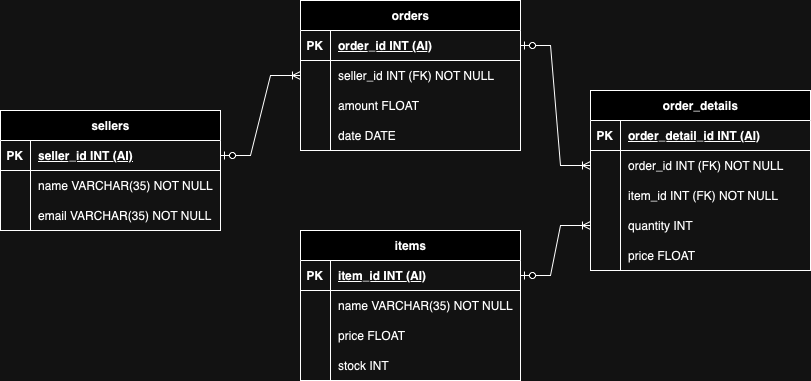
Earlier version of the draw.io export ERD.png (suryasaputra2016/YourFirstSite). Source tidied: cells renumbered, new cells last; positions are measured from the earlier drawing's top-left corner, leaving out a move shared by most shapes.
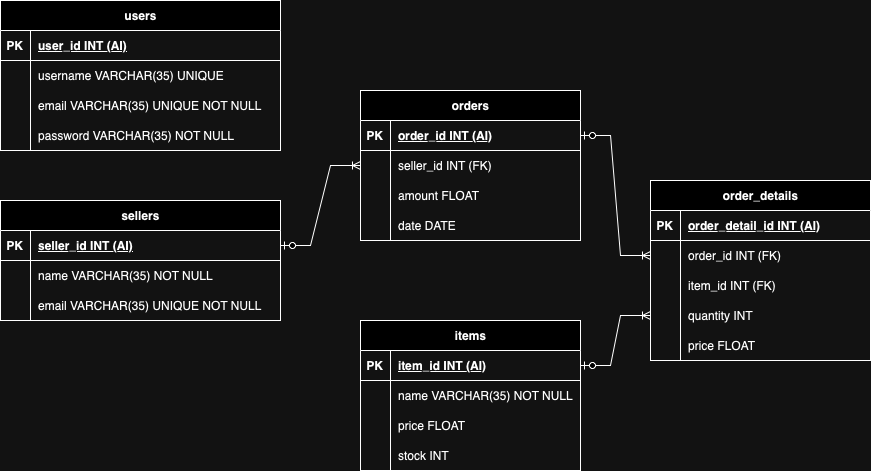
The same diagram one commit later.

What changed in the source:
```diff
@@ -3,34 +3,34 @@
     <mxCell id="0" />
     <mxCell id="1" parent="0" />
     <mxCell id="2" value="sellers" style="shape=table;startSize=30;rowLines=0;fontStyle=1;align=center;html=1;" parent="1" vertex="1">
-      <mxGeometry y="110" width="220" height="120" as="geometry" />
+      <mxGeometry x="-60" y="110" width="280" height="120" as="geometry" />
     </mxCell>
     <mxCell id="3" style="shape=tableRow;horizontal=0;startSize=0;swimlaneHead=0;swimlaneBody=0;fillColor=none;points=[[0,0.5],[1,0.5]];portConstraint=eastwest;top=0;left=0;right=0;bottom=1;" parent="2" vertex="1">
-      <mxGeometry y="30" width="220" height="30" as="geometry" />
+      <mxGeometry y="30" width="280" height="30" as="geometry" />
     </mxCell>
     <mxCell id="4" value="PK" style="shape=partialRectangle;fillColor=none;top=0;left=0;bottom=0;right=0;fontStyle=1;overflow=hidden;whiteSpace=wrap;html=1;" parent="3" vertex="1">
       <mxGeometry width="30" height="30" as="geometry" />
     </mxCell>
     <mxCell id="5" value="seller_id INT (AI)" style="shape=partialRectangle;fillColor=none;top=0;left=0;bottom=0;right=0;align=left;spacingLeft=6;fontStyle=5;overflow=hidden;whiteSpace=wrap;html=1;" parent="3" vertex="1">
-      <mxGeometry x="30" width="190" height="30" as="geometry" />
+      <mxGeometry x="30" width="250" height="30" as="geometry" />
     </mxCell>
     <mxCell id="6" style="shape=tableRow;horizontal=0;startSize=0;swimlaneHead=0;swimlaneBody=0;fillColor=none;top=0;left=0;right=0;bottom=0;" parent="2" vertex="1">
-      <mxGeometry y="60" width="220" height="30" as="geometry" />
+      <mxGeometry y="60" width="280" height="30" as="geometry" />
     </mxCell>
     <mxCell id="7" style="shape=partialRectangle;fillColor=none;top=0;left=0;bottom=0;right=0;overflow=hidden;whiteSpace=wrap;html=1;" parent="6" vertex="1">
       <mxGeometry width="30" height="30" as="geometry" />
     </mxCell>
     <mxCell id="8" value="name VARCHAR(35) NOT NULL" style="shape=partialRectangle;fillColor=none;top=0;left=0;bottom=0;right=0;align=left;spacingLeft=6;overflow=hidden;whiteSpace=wrap;html=1;" parent="6" vertex="1">
-      <mxGeometry x="30" width="190" height="30" as="geometry" />
+      <mxGeometry x="30" width="250" height="30" as="geometry" />
     </mxCell>
     <mxCell id="9" style="shape=tableRow;horizontal=0;startSize=0;swimlaneHead=0;swimlaneBody=0;fillColor=none;top=0;left=0;right=0;bottom=0;" parent="2" vertex="1">
-      <mxGeometry y="90" width="220" height="30" as="geometry" />
+      <mxGeometry y="90" width="280" height="30" as="geometry" />
     </mxCell>
     <mxCell id="10" style="shape=partialRectangle;fillColor=none;top=0;left=0;bottom=0;right=0;overflow=hidden;whiteSpace=wrap;html=1;" parent="9" vertex="1">
       <mxGeometry width="30" height="30" as="geometry" />
     </mxCell>
-    <mxCell id="11" value="email VARCHAR(35) NOT NULL" style="shape=partialRectangle;fillColor=none;top=0;left=0;bottom=0;right=0;align=left;spacingLeft=6;overflow=hidden;whiteSpace=wrap;html=1;" parent="9" vertex="1">
-      <mxGeometry x="30" width="190" height="30" as="geometry" />
+    <mxCell id="11" value="email VARCHAR(35) UNIQUE NOT NULL" style="shape=partialRectangle;fillColor=none;top=0;left=0;bottom=0;right=0;align=left;spacingLeft=6;overflow=hidden;whiteSpace=wrap;html=1;" parent="9" vertex="1">
+      <mxGeometry x="30" width="250" height="30" as="geometry" />
     </mxCell>
     <mxCell id="12" value="items" style="shape=table;startSize=30;rowLines=0;fontStyle=1;align=center;html=1;" parent="1" vertex="1">
       <mxGeometry x="300" y="230" width="220" height="150" as="geometry" />
@@ -89,7 +89,7 @@
     <mxCell id="30" style="shape=partialRectangle;fillColor=none;top=0;left=0;bottom=0;right=0;overflow=hidden;whiteSpace=wrap;html=1;" parent="29" vertex="1">
       <mxGeometry width="30" height="30" as="geometry" />
     </mxCell>
-    <mxCell id="31" value="seller_id INT (FK) NOT NULL" style="shape=partialRectangle;fillColor=none;top=0;left=0;bottom=0;right=0;align=left;spacingLeft=6;overflow=hidden;whiteSpace=wrap;html=1;" parent="29" vertex="1">
+    <mxCell id="31" value="seller_id INT (FK)" style="shape=partialRectangle;fillColor=none;top=0;left=0;bottom=0;right=0;align=left;spacingLeft=6;overflow=hidden;whiteSpace=wrap;html=1;" parent="29" vertex="1">
       <mxGeometry x="30" width="190" height="30" as="geometry" />
     </mxCell>
     <mxCell id="32" style="shape=tableRow;horizontal=0;startSize=0;swimlaneHead=0;swimlaneBody=0;fillColor=none;top=0;left=0;right=0;bottom=0;" parent="25" vertex="1">
@@ -128,7 +128,7 @@
     <mxCell id="43" style="shape=partialRectangle;fillColor=none;top=0;left=0;bottom=0;right=0;overflow=hidden;whiteSpace=wrap;html=1;" parent="42" vertex="1">
       <mxGeometry width="30" height="30" as="geometry" />
     </mxCell>
-    <mxCell id="44" value="order_id INT (FK) NOT NULL" style="shape=partialRectangle;fillColor=none;top=0;left=0;bottom=0;right=0;align=left;spacingLeft=6;overflow=hidden;whiteSpace=wrap;html=1;" parent="42" vertex="1">
+    <mxCell id="44" value="order_id INT (FK)" style="shape=partialRectangle;fillColor=none;top=0;left=0;bottom=0;right=0;align=left;spacingLeft=6;overflow=hidden;whiteSpace=wrap;html=1;" parent="42" vertex="1">
       <mxGeometry x="30" width="190" height="30" as="geometry" />
     </mxCell>
     <mxCell id="45" style="shape=tableRow;horizontal=0;startSize=0;swimlaneHead=0;swimlaneBody=0;fillColor=none;top=0;left=0;right=0;bottom=0;" parent="38" vertex="1">
@@ -137,7 +137,7 @@
     <mxCell id="46" style="shape=partialRectangle;fillColor=none;top=0;left=0;bottom=0;right=0;overflow=hidden;whiteSpace=wrap;html=1;" parent="45" vertex="1">
       <mxGeometry width="30" height="30" as="geometry" />
     </mxCell>
-    <mxCell id="47" value="item_id INT (FK) NOT NULL" style="shape=partialRectangle;fillColor=none;top=0;left=0;bottom=0;right=0;align=left;spacingLeft=6;overflow=hidden;whiteSpace=wrap;html=1;" parent="45" vertex="1">
+    <mxCell id="47" value="item_id INT (FK)" style="shape=partialRectangle;fillColor=none;top=0;left=0;bottom=0;right=0;align=left;spacingLeft=6;overflow=hidden;whiteSpace=wrap;html=1;" parent="45" vertex="1">
       <mxGeometry x="30" width="190" height="30" as="geometry" />
     </mxCell>
     <mxCell id="48" style="shape=tableRow;horizontal=0;startSize=0;swimlaneHead=0;swimlaneBody=0;fillColor=none;points=[[0,0.5],[1,0.5]];portConstraint=eastwest;top=0;left=0;right=0;bottom=0;" parent="38" vertex="1">
@@ -167,5 +167,44 @@
     <mxCell id="56" style="edgeStyle=entityRelationEdgeStyle;fontSize=12;html=1;endArrow=ERoneToMany;startArrow=ERzeroToOne;rounded=0;entryX=0;entryY=0.5;entryDx=0;entryDy=0;exitX=1;exitY=0.5;exitDx=0;exitDy=0;" parent="1" edge="1" source="13" target="48">
       <mxGeometry relative="1" as="geometry" />
     </mxCell>
+    <mxCell id="57" value="users" style="shape=table;startSize=30;rowLines=0;fontStyle=1;align=center;html=1;" parent="1" vertex="1">
+      <mxGeometry x="-60" y="-90" width="280" height="150" as="geometry" />
+    </mxCell>
+    <mxCell id="58" style="shape=tableRow;horizontal=0;startSize=0;swimlaneHead=0;swimlaneBody=0;fillColor=none;top=0;left=0;right=0;bottom=1;" parent="57" vertex="1">
+      <mxGeometry y="30" width="280" height="30" as="geometry" />
+    </mxCell>
+    <mxCell id="59" value="PK" style="shape=partialRectangle;fillColor=none;top=0;left=0;bottom=0;right=0;fontStyle=1;overflow=hidden;whiteSpace=wrap;html=1;" parent="58" vertex="1">
+      <mxGeometry width="30" height="30" as="geometry" />
+    </mxCell>
+    <mxCell id="60" value="user_id INT (AI)" style="shape=partialRectangle;fillColor=none;top=0;left=0;bottom=0;right=0;align=left;spacingLeft=6;fontStyle=5;overflow=hidden;whiteSpace=wrap;html=1;" parent="58" vertex="1">
+      <mxGeometry x="30" width="250" height="30" as="geometry" />
+    </mxCell>
+    <mxCell id="61" style="shape=tableRow;horizontal=0;startSize=0;swimlaneHead=0;swimlaneBody=0;fillColor=none;top=0;left=0;right=0;bottom=0;" parent="57" vertex="1">
+      <mxGeometry y="60" width="280" height="30" as="geometry" />
+    </mxCell>
+    <mxCell id="62" style="shape=partialRectangle;fillColor=none;top=0;left=0;bottom=0;right=0;overflow=hidden;whiteSpace=wrap;html=1;" parent="61" vertex="1">
+      <mxGeometry width="30" height="30" as="geometry" />
+    </mxCell>
+    <mxCell id="63" value="username VARCHAR(35) UNIQUE" style="shape=partialRectangle;fillColor=none;top=0;left=0;bottom=0;right=0;align=left;spacingLeft=6;overflow=hidden;whiteSpace=wrap;html=1;" parent="61" vertex="1">
+      <mxGeometry x="30" width="250" height="30" as="geometry" />
+    </mxCell>
+    <mxCell id="64" style="shape=tableRow;horizontal=0;startSize=0;swimlaneHead=0;swimlaneBody=0;fillColor=none;top=0;left=0;right=0;bottom=0;" parent="57" vertex="1">
+      <mxGeometry y="90" width="280" height="30" as="geometry" />
+    </mxCell>
+    <mxCell id="65" style="shape=partialRectangle;fillColor=none;top=0;left=0;bottom=0;right=0;overflow=hidden;whiteSpace=wrap;html=1;" parent="64" vertex="1">
+      <mxGeometry width="30" height="30" as="geometry" />
+    </mxCell>
+    <mxCell id="66" value="email VARCHAR(35) UNIQUE NOT NULL" style="shape=partialRectangle;fillColor=none;top=0;left=0;bottom=0;right=0;align=left;spacingLeft=6;overflow=hidden;whiteSpace=wrap;html=1;" parent="64" vertex="1">
+      <mxGeometry x="30" width="250" height="30" as="geometry" />
+    </mxCell>
+    <mxCell id="67" style="shape=tableRow;horizontal=0;startSize=0;swimlaneHead=0;swimlaneBody=0;fillColor=none;top=0;left=0;right=0;bottom=0;" parent="57" vertex="1">
+      <mxGeometry y="120" width="280" height="30" as="geometry" />
+    </mxCell>
+    <mxCell id="68" style="shape=partialRectangle;fillColor=none;top=0;left=0;bottom=0;right=0;overflow=hidden;whiteSpace=wrap;html=1;" parent="67" vertex="1">
+      <mxGeometry width="30" height="30" as="geometry" />
+    </mxCell>
+    <mxCell id="69" value="password VARCHAR(35) NOT NULL" style="shape=partialRectangle;fillColor=none;top=0;left=0;bottom=0;right=0;align=left;spacingLeft=6;overflow=hidden;whiteSpace=wrap;html=1;" parent="67" vertex="1">
+      <mxGeometry x="30" width="250" height="30" as="geometry" />
+    </mxCell>
   </root>
 </mxGraphModel>
```
